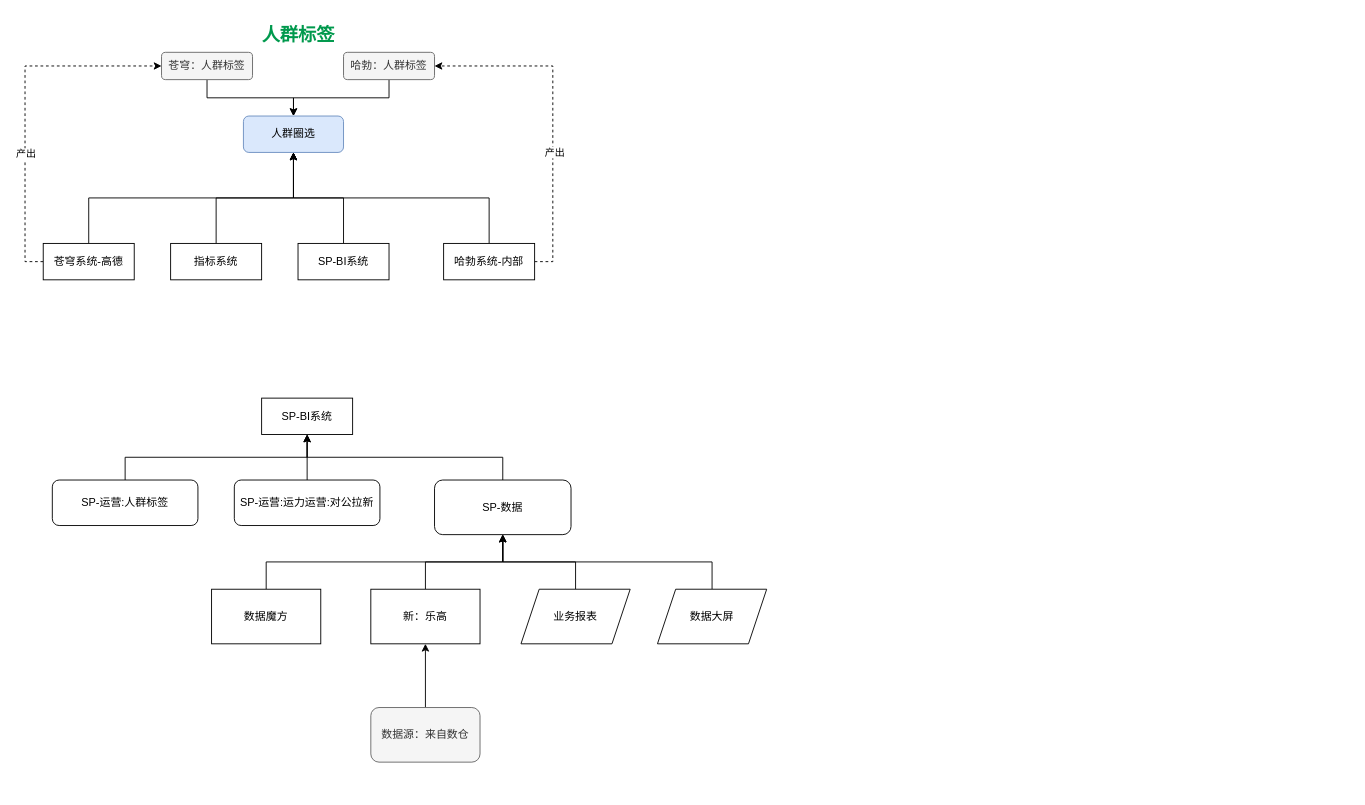
Above: 现有架构.drawio in wbbhacker/drawFile (draw.io), before the change. Source tidied: cells renumbered, new cells numbered last; positions are measured from the earlier drawing's top-left corner, leaving out a move shared by most shapes. Both pictures are drawn from the tidied source at 91%, with x=0, y=0 at pixel (43, 15).
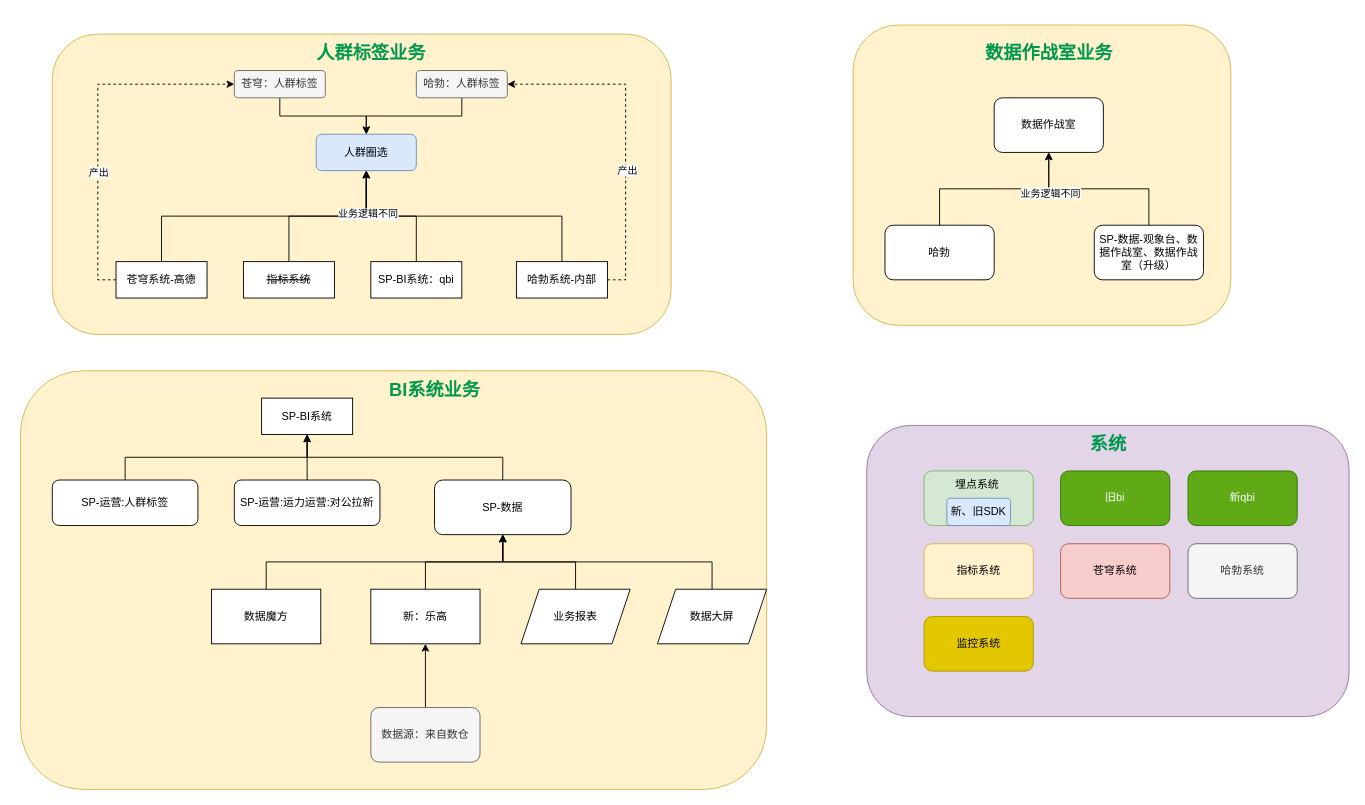
The same page after the edit.

Commit message:
更新现有架构.drawio

The change refers to these unchanged cells:
```xml
<mxCell id="13" style="edgeStyle=orthogonalEdgeStyle;rounded=0;jettySize=auto;html=1;exitX=0.5;exitY=0;exitDx=0;exitDy=0;entryX=0.5;entryY=1;entryDx=0;entryDy=0;" parent="1" edge="1" source="16" target="12">
  <mxGeometry relative="1" as="geometry" />
</mxCell>
```

The edit, as a diff of the source:
```diff
@@
+    <mxCell id="38" style="rounded=1;whiteSpace=wrap;html=1;fillColor=#fff2cc;strokeColor=#d6b656;" parent="1" vertex="1">
+      <mxGeometry x="-25" y="390" width="820" height="460" as="geometry" />
+    </mxCell>
+    <mxCell id="39" style="rounded=1;whiteSpace=wrap;html=1;fillColor=#e1d5e7;strokeColor=#9673a6;" parent="1" vertex="1">
+      <mxGeometry x="905" y="450" width="530" height="320" as="geometry" />
+    </mxCell>
+    <mxCell id="40" style="rounded=1;whiteSpace=wrap;html=1;fillColor=#fff2cc;strokeColor=#d6b656;" parent="1" vertex="1">
+      <mxGeometry x="890" y="10" width="415" height="330" as="geometry" />
+    </mxCell>
+    <mxCell id="41" style="rounded=1;whiteSpace=wrap;html=1;fillColor=#fff2cc;strokeColor=#d6b656;" parent="1" vertex="1">
+      <mxGeometry x="10" y="20" width="680" height="330" as="geometry" />
+    </mxCell>
@@
-    <mxCell id="3" value="指标系统" style="rounded=0;whiteSpace=wrap;html=1;" parent="1" vertex="1">
-      <mxGeometry x="140" y="250" width="100" height="40" as="geometry" />
+    <mxCell id="3" value="&lt;strike&gt;指标系统&lt;/strike&gt;" style="rounded=0;whiteSpace=wrap;html=1;" parent="1" vertex="1">
+      <mxGeometry x="220" y="270" width="100" height="40" as="geometry" />
     </mxCell>
@@
     <mxCell id="7" value="苍穹系统-高德" style="rounded=0;whiteSpace=wrap;html=1;" parent="1" vertex="1">
-      <mxGeometry y="250" width="100" height="40" as="geometry" />
+      <mxGeometry x="80" y="270" width="100" height="40" as="geometry" />
     </mxCell>
@@
-    <mxCell id="9" value="SP-BI系统" style="rounded=0;whiteSpace=wrap;html=1;" parent="1" vertex="1">
-      <mxGeometry x="280" y="250" width="100" height="40" as="geometry" />
+    <mxCell id="9" value="SP-BI系统：qbi" style="rounded=0;whiteSpace=wrap;html=1;" parent="1" vertex="1">
+      <mxGeometry x="360" y="270" width="100" height="40" as="geometry" />
     </mxCell>
@@
     <mxCell id="11" value="苍穹：人群标签" style="rounded=1;whiteSpace=wrap;html=1;fillColor=#f5f5f5;fontColor=#333333;strokeColor=#666666;" parent="1" vertex="1">
-      <mxGeometry x="130" y="40" width="100" height="30" as="geometry" />
+      <mxGeometry x="210" y="60" width="100" height="30" as="geometry" />
     </mxCell>
     <mxCell id="12" value="人群圈选" style="rounded=1;whiteSpace=wrap;html=1;fillColor=#dae8fc;strokeColor=#6c8ebf;" parent="1" vertex="1">
-      <mxGeometry x="220" y="110" width="110" height="40" as="geometry" />
+      <mxGeometry x="300" y="130" width="110" height="40" as="geometry" />
     </mxCell>
@@
+    <mxCell id="42" value="业务逻辑不同" style="edgeLabel;html=1;align=center;verticalAlign=middle;" parent="13" vertex="1">
+      <mxGeometry x="0.7" y="-1" relative="1" as="geometry" />
+    </mxCell>
@@
     <mxCell id="16" value="哈勃系统-内部" style="rounded=0;whiteSpace=wrap;html=1;" parent="1" vertex="1">
-      <mxGeometry x="440" y="250" width="100" height="40" as="geometry" />
+      <mxGeometry x="520" y="270" width="100" height="40" as="geometry" />
     </mxCell>
@@
     <mxCell id="18" value="哈勃：人群标签" style="rounded=1;whiteSpace=wrap;html=1;fillColor=#f5f5f5;fontColor=#333333;strokeColor=#666666;" parent="1" vertex="1">
-      <mxGeometry x="330" y="40" width="100" height="30" as="geometry" />
+      <mxGeometry x="410" y="60" width="100" height="30" as="geometry" />
     </mxCell>
@@
-    <mxCell id="37" value="&lt;b&gt;&lt;font color=&quot;#00994d&quot; style=&quot;font-size: 20px;&quot;&gt;人群标签&lt;/font&gt;&lt;/b&gt;" style="text;html=1;align=center;verticalAlign=middle;strokeColor=none;fillColor=none;" parent="1" vertex="1">
-      <mxGeometry x="230" width="100" height="40" as="geometry" />
+    <mxCell id="37" value="&lt;b&gt;&lt;font color=&quot;#00994d&quot; style=&quot;font-size: 20px;&quot;&gt;人群标签业务&lt;/font&gt;&lt;/b&gt;" style="text;html=1;align=center;verticalAlign=middle;strokeColor=none;fillColor=none;" parent="1" vertex="1">
+      <mxGeometry x="290" y="20" width="140" height="40" as="geometry" />
     </mxCell>
+    <mxCell id="43" value="数据作战室" style="rounded=1;whiteSpace=wrap;html=1;" parent="1" vertex="1">
+      <mxGeometry x="1045" y="90" width="120" height="60" as="geometry" />
+    </mxCell>
+    <mxCell id="44" style="edgeStyle=orthogonalEdgeStyle;rounded=0;jettySize=auto;html=1;exitX=0.5;exitY=0;exitDx=0;exitDy=0;entryX=0.5;entryY=1;entryDx=0;entryDy=0;" parent="1" edge="1" source="45" target="43">
+      <mxGeometry relative="1" as="geometry" />
+    </mxCell>
+    <mxCell id="45" value="哈勃" style="rounded=1;whiteSpace=wrap;html=1;" parent="1" vertex="1">
+      <mxGeometry x="925" y="230" width="120" height="60" as="geometry" />
+    </mxCell>
+    <mxCell id="46" style="edgeStyle=orthogonalEdgeStyle;rounded=0;jettySize=auto;html=1;exitX=0.5;exitY=0;exitDx=0;exitDy=0;entryX=0.5;entryY=1;entryDx=0;entryDy=0;" parent="1" edge="1" source="48" target="43">
+      <mxGeometry relative="1" as="geometry" />
+    </mxCell>
+    <mxCell id="47" value="业务逻辑不同" style="edgeLabel;html=1;align=center;verticalAlign=middle;" parent="46" vertex="1">
+      <mxGeometry x="0.57" y="4" relative="1" as="geometry" />
+    </mxCell>
+    <mxCell id="48" value="SP-数据-观象台、数据作战室、数据作战室（升级）" style="rounded=1;whiteSpace=wrap;html=1;" parent="1" vertex="1">
+      <mxGeometry x="1155" y="230" width="120" height="60" as="geometry" />
+    </mxCell>
+    <mxCell id="49" value="&lt;b&gt;&lt;font color=&quot;#00994d&quot; style=&quot;font-size: 20px;&quot;&gt;数据作战室业务&lt;/font&gt;&lt;/b&gt;" style="text;html=1;align=center;verticalAlign=middle;strokeColor=none;fillColor=none;" parent="1" vertex="1">
+      <mxGeometry x="1025" y="20" width="160" height="40" as="geometry" />
+    </mxCell>
+    <mxCell id="50" value="旧bi" style="rounded=1;whiteSpace=wrap;html=1;fillColor=#60a917;strokeColor=#2D7600;fontColor=#ffffff;" parent="1" vertex="1">
+      <mxGeometry x="1118" y="500" width="120" height="60" as="geometry" />
+    </mxCell>
+    <mxCell id="51" value="新qbi" style="rounded=1;whiteSpace=wrap;html=1;fillColor=#60a917;strokeColor=#2D7600;fontColor=#ffffff;" parent="1" vertex="1">
+      <mxGeometry x="1258" y="500" width="120" height="60" as="geometry" />
+    </mxCell>
+    <mxCell id="52" value="指标系统" style="rounded=1;whiteSpace=wrap;html=1;fillColor=#fff2cc;strokeColor=#d6b656;" parent="1" vertex="1">
+      <mxGeometry x="968" y="580" width="120" height="60" as="geometry" />
+    </mxCell>
+    <mxCell id="53" value="苍穹系统" style="rounded=1;whiteSpace=wrap;html=1;fillColor=#f8cecc;strokeColor=#b85450;" parent="1" vertex="1">
+      <mxGeometry x="1118" y="580" width="120" height="60" as="geometry" />
+    </mxCell>
+    <mxCell id="54" value="哈勃系统" style="rounded=1;whiteSpace=wrap;html=1;fillColor=#f5f5f5;fontColor=#333333;strokeColor=#666666;" parent="1" vertex="1">
+      <mxGeometry x="1258" y="580" width="120" height="60" as="geometry" />
+    </mxCell>
+    <mxCell id="55" value="监控系统" style="rounded=1;whiteSpace=wrap;html=1;fillColor=#e3c800;fontColor=#000000;strokeColor=#B09500;" parent="1" vertex="1">
+      <mxGeometry x="968" y="660" width="120" height="60" as="geometry" />
+    </mxCell>
+    <mxCell id="56" style="group;" parent="1" vertex="1">
+      <mxGeometry x="968" y="500" width="120" height="60" as="geometry" />
+    </mxCell>
+    <mxCell id="57" style="rounded=1;whiteSpace=wrap;html=1;fillColor=#d5e8d4;strokeColor=#82b366;" parent="56" vertex="1">
+      <mxGeometry width="120" height="60" as="geometry" />
+    </mxCell>
+    <mxCell id="58" value="新、旧SDK" style="rounded=1;whiteSpace=wrap;html=1;fillColor=#dae8fc;strokeColor=#6c8ebf;" parent="56" vertex="1">
+      <mxGeometry x="25" y="30" width="70" height="30" as="geometry" />
+    </mxCell>
+    <mxCell id="59" value="埋点系统" style="text;html=1;align=center;verticalAlign=middle;strokeColor=none;fillColor=none;" parent="56" vertex="1">
+      <mxGeometry x="23" width="70" height="30" as="geometry" />
+    </mxCell>
+    <mxCell id="60" value="&lt;font color=&quot;#00994d&quot;&gt;&lt;span style=&quot;font-size: 20px;&quot;&gt;&lt;b&gt;BI系统业务&lt;/b&gt;&lt;/span&gt;&lt;/font&gt;" style="text;html=1;align=center;verticalAlign=middle;strokeColor=none;fillColor=none;" parent="1" vertex="1">
+      <mxGeometry x="370" y="390" width="120" height="40" as="geometry" />
+    </mxCell>
+    <mxCell id="61" value="&lt;font color=&quot;#00994d&quot;&gt;&lt;span style=&quot;font-size: 20px;&quot;&gt;&lt;b&gt;系统&lt;/b&gt;&lt;/span&gt;&lt;/font&gt;" style="text;html=1;align=center;verticalAlign=middle;strokeColor=none;fillColor=none;" parent="1" vertex="1">
+      <mxGeometry x="1140" y="450" width="60" height="40" as="geometry" />
+    </mxCell>
```
